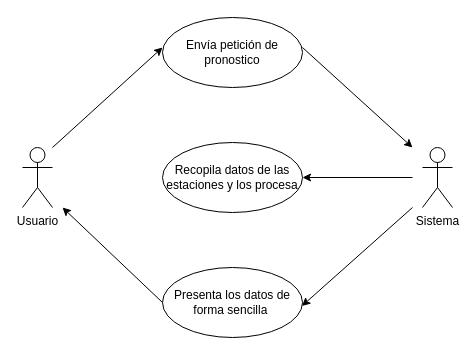
This is CU consultar pronostico.drawio from Juan-caeres/Agrometeorologia, a draw.io file, before an edit. Source tidied: cells renumbered, new cells numbered last; positions are measured from the earlier drawing's top-left corner, leaving out a move shared by most shapes. Both pictures are drawn from the tidied source at 100%, with x=0, y=0 at pixel (22, 17).
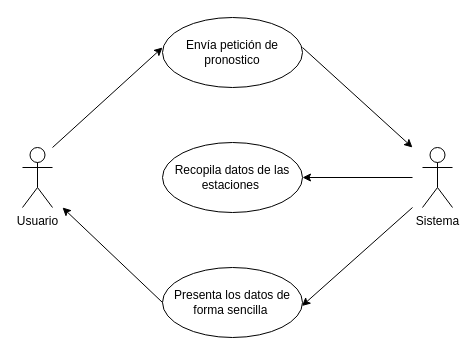
After the change.

What changed in the source:
```diff
@@
 <mxGraphModel>
   <root>
     <mxCell id="0" />
     <mxCell id="1" parent="0" />
     <mxCell id="2" value="Usuario" style="shape=umlActor;verticalLabelPosition=bottom;verticalAlign=top;html=1;" parent="1" vertex="1">
       <mxGeometry y="130" width="30" height="60" as="geometry" />
     </mxCell>
     <mxCell id="3" style="endArrow=classic;html=1;rounded=0;" parent="1" edge="1">
       <mxGeometry relative="1" as="geometry">
         <mxPoint x="30" y="130" as="sourcePoint" />
         <mxPoint x="140" y="30" as="targetPoint" />
       </mxGeometry>
     </mxCell>
     <mxCell id="4" value="Envía petición de pronostico" style="ellipse;whiteSpace=wrap;html=1;" parent="1" vertex="1">
       <mxGeometry x="140" width="140" height="70" as="geometry" />
     </mxCell>
     <mxCell id="5" style="endArrow=classic;html=1;rounded=0;" parent="1" edge="1">
       <mxGeometry relative="1" as="geometry">
         <mxPoint x="280" y="30" as="sourcePoint" />
         <mxPoint x="390" y="130" as="targetPoint" />
       </mxGeometry>
     </mxCell>
     <mxCell id="6" value="Sistema" style="shape=umlActor;verticalLabelPosition=bottom;verticalAlign=top;html=1;" parent="1" vertex="1">
       <mxGeometry x="400" y="130" width="30" height="60" as="geometry" />
     </mxCell>
     <mxCell id="7" style="endArrow=classic;html=1;rounded=0;" parent="1" edge="1">
       <mxGeometry relative="1" as="geometry">
         <mxPoint x="390" y="160" as="sourcePoint" />
         <mxPoint x="280" y="160" as="targetPoint" />
       </mxGeometry>
     </mxCell>
-    <mxCell id="8" value="Recopila datos de las estaciones y los procesa" style="ellipse;whiteSpace=wrap;html=1;" parent="1" vertex="1">
+    <mxCell id="8" value="Recopila datos de las estaciones&amp;nbsp;" style="ellipse;whiteSpace=wrap;html=1;" parent="1" vertex="1">
       <mxGeometry x="140" y="125" width="140" height="70" as="geometry" />
     </mxCell>
     <mxCell id="9" style="endArrow=classic;html=1;rounded=0;entryX=0.996;entryY=0.55;entryDx=0;entryDy=0;entryPerimeter=0;" parent="1" edge="1" target="10">
       <mxGeometry relative="1" as="geometry">
         <mxPoint x="390" y="190" as="sourcePoint" />
       </mxGeometry>
     </mxCell>
     <mxCell id="10" value="Presenta los datos de forma sencilla&amp;nbsp;" style="ellipse;whiteSpace=wrap;html=1;" parent="1" vertex="1">
       <mxGeometry x="140" y="250" width="140" height="70" as="geometry" />
     </mxCell>
     <mxCell id="11" style="endArrow=classic;html=1;rounded=0;exitX=0;exitY=0.5;exitDx=0;exitDy=0;" parent="1" edge="1" source="10">
       <mxGeometry relative="1" as="geometry">
         <mxPoint x="40" y="190" as="targetPoint" />
       </mxGeometry>
     </mxCell>
   </root>
 </mxGraphModel>
```
